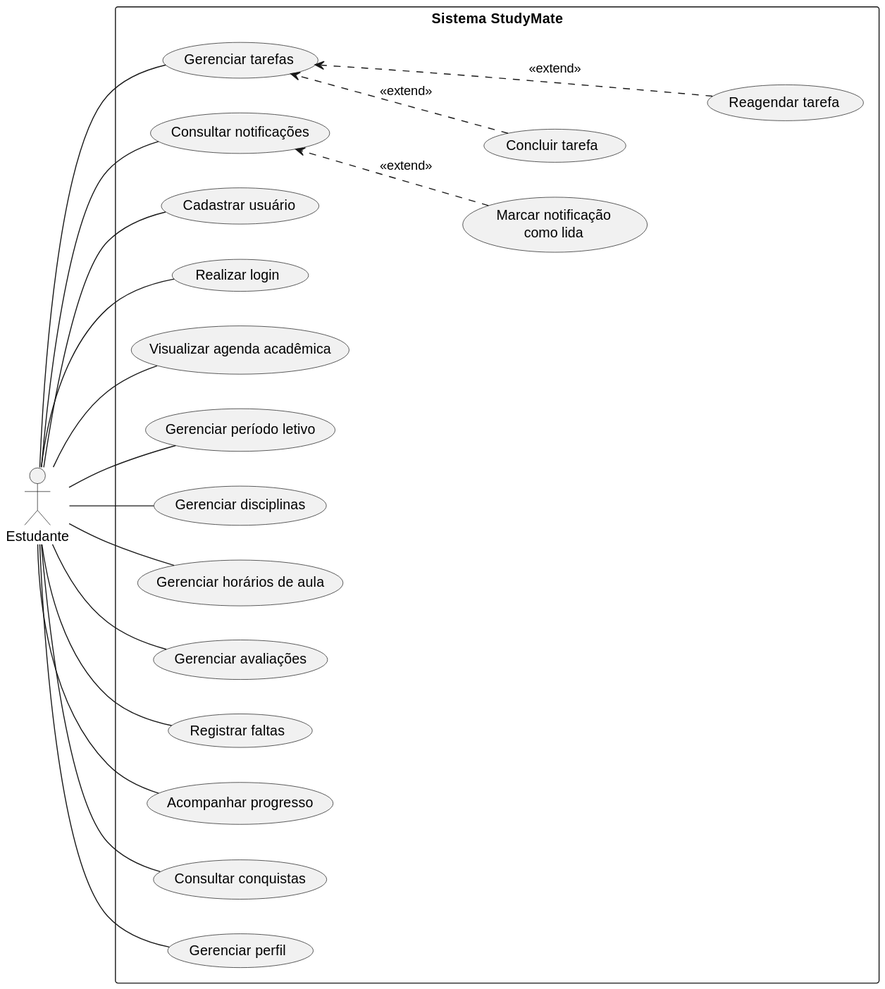
Above: docs/use_case_diagram.svg in StudyMate-TG/studymate-app (PlantUML), before the change. Source of this version:
```plantuml
@startuml
left to right direction

actor Estudante

rectangle "Sistema StudyMate" {

    usecase "Cadastrar usuário" as UC01
    usecase "Realizar login" as UC02
    usecase "Visualizar agenda acadêmica" as UC03
    usecase "Gerenciar período letivo" as UC04
    usecase "Gerenciar disciplinas" as UC05
    usecase "Gerenciar horários de aula" as UC06

    usecase "Gerenciar tarefas" as UC07
    usecase "Concluir tarefa" as UC07A
    usecase "Reagendar tarefa" as UC07B

    usecase "Gerenciar avaliações" as UC08

    usecase "Registrar faltas" as UC10

    usecase "Consultar notificações" as UC12
    usecase "Marcar notificação\ncomo lida" as UC12A

    usecase "Acompanhar progresso" as UC13
    usecase "Consultar conquistas" as UC14
    usecase "Gerenciar perfil" as UC15


    UC07 -[hidden]right-> UC07A
    UC07A -[hidden]down-> UC07B

    UC12 -[hidden]right-> UC12A
}

Estudante -- UC01
Estudante -- UC02
Estudante -- UC03
Estudante -- UC04
Estudante -- UC05
Estudante -- UC06
Estudante -- UC07
Estudante -- UC08
Estudante -- UC10
Estudante -- UC12
Estudante -- UC13
Estudante -- UC14
Estudante -- UC15


UC07A ..> UC07 : <<extend>>
UC07B ..> UC07 : <<extend>>

UC12A ..> UC12 : <<extend>>
@enduml
```
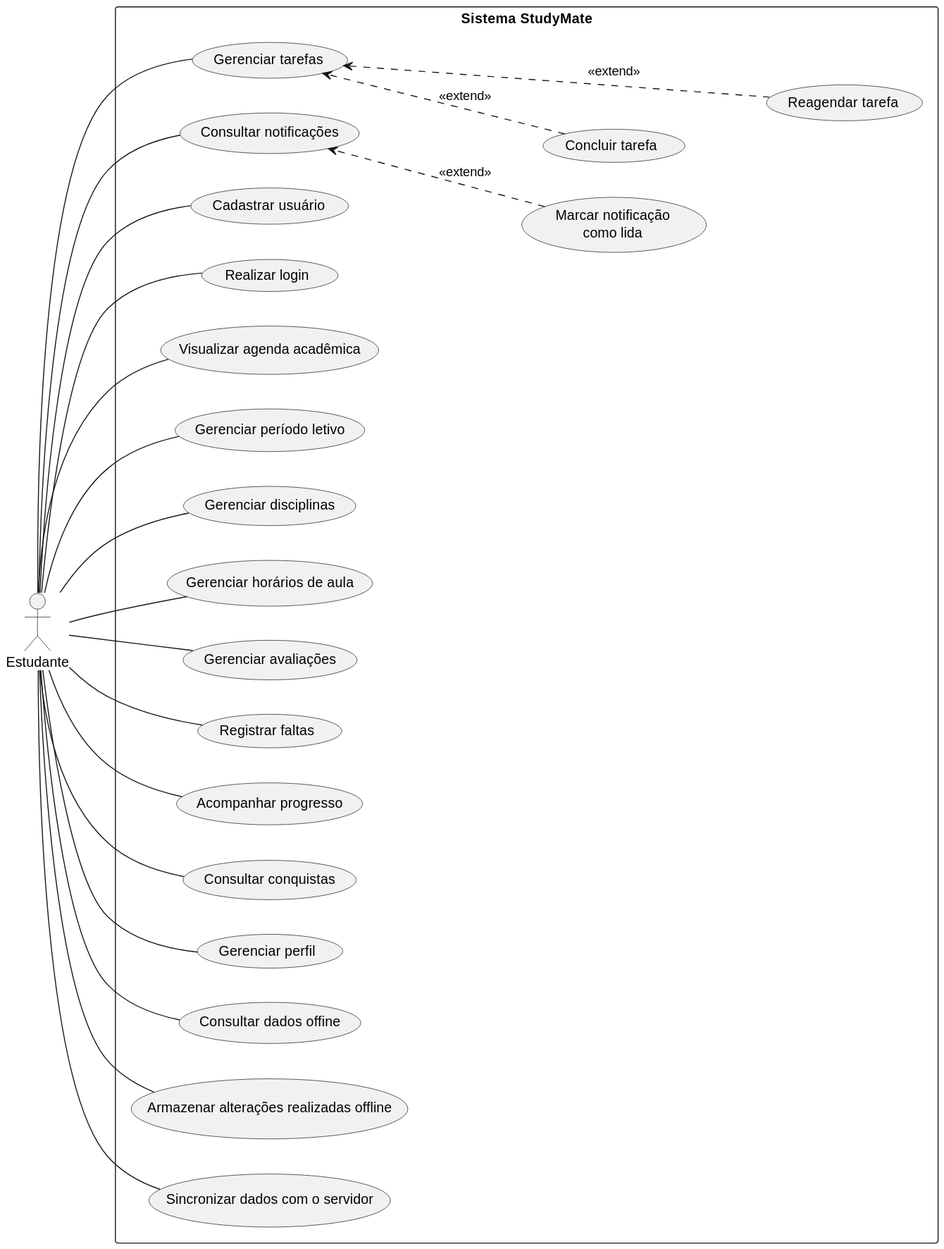
The same file after the commit.

Change to the diagram source:
```diff
@@ -27,6 +27,10 @@
     usecase "Consultar conquistas" as UC14
     usecase "Gerenciar perfil" as UC15
 
+    usecase "Consultar dados offine" as UC16
+    usecase "Armazenar alterações realizadas offline" as UC17
+    usecase "Sincronizar dados com o servidor" as UC18
+
 
     UC07 -[hidden]right-> UC07A
     UC07A -[hidden]down-> UC07B
@@ -47,6 +51,9 @@
 Estudante -- UC13
 Estudante -- UC14
 Estudante -- UC15
+Estudante -- UC16
+Estudante -- UC17
+Estudante -- UC18
 
 
 UC07A ..> UC07 : <<extend>>
```
